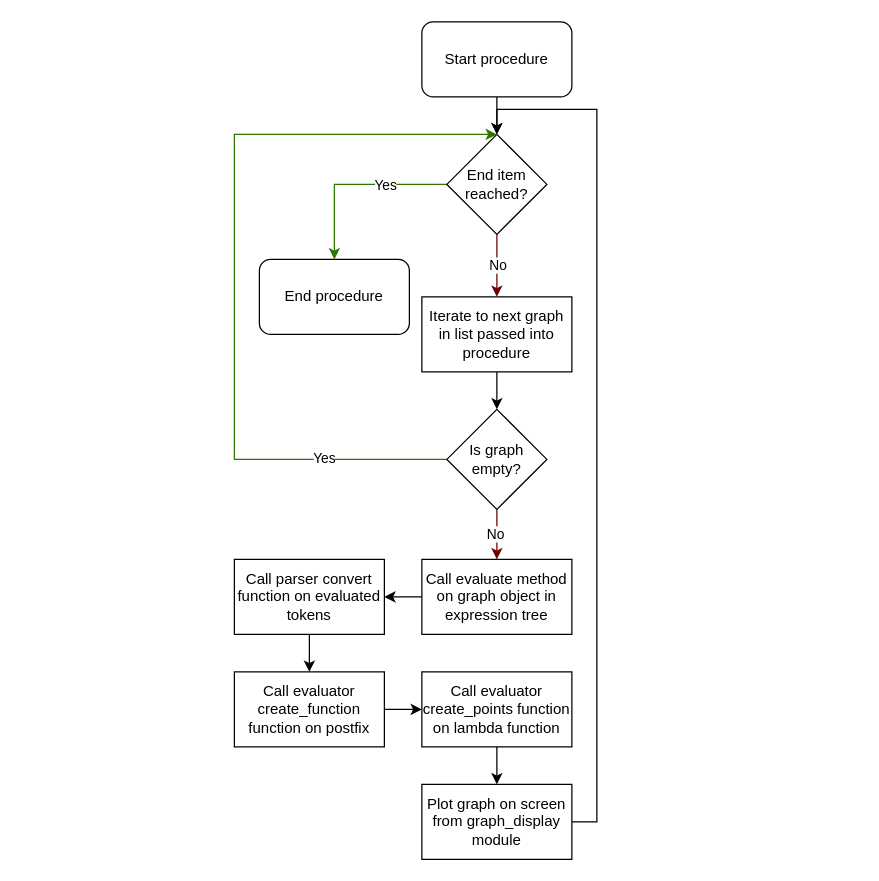
LayanJethwa/graphical-calculator keeps this draw.io diagram as documents/Design/render_graphs.drawio. Above is the earlier version. Source tidied: cells renumbered, new cells numbered last; positions are measured from the earlier drawing's top-left corner, leaving out a move shared by most shapes. Both pictures are drawn from the tidied source at 125%, with x=0, y=0 at pixel (234, 21).
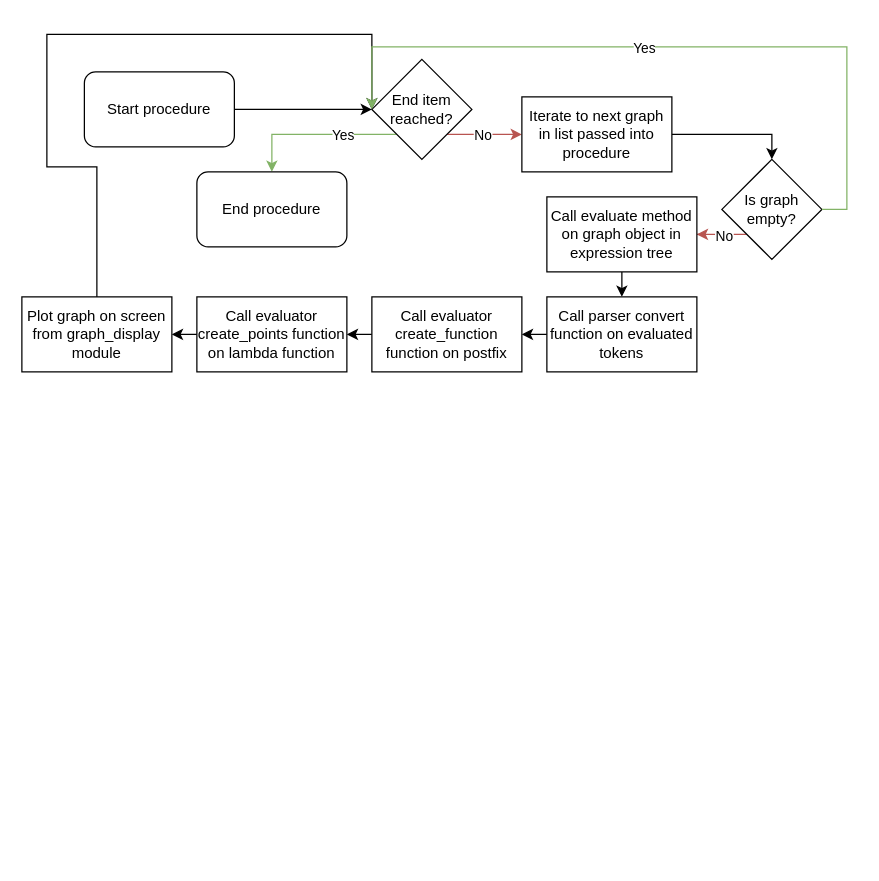
After the change.

Change to the diagram source:
```diff
@@
-    <mxCell id="2" style="edgeStyle=orthogonalEdgeStyle;rounded=0;jettySize=auto;html=1;exitX=0.5;exitY=1;exitDx=0;exitDy=0;entryX=0.5;entryY=0;entryDx=0;entryDy=0;" parent="1" edge="1" source="3" target="8">
+    <mxCell id="2" style="edgeStyle=orthogonalEdgeStyle;rounded=0;jettySize=auto;html=1;exitX=1;exitY=0.5;exitDx=0;exitDy=0;entryX=0;entryY=0.5;entryDx=0;entryDy=0;" parent="1" edge="1" source="3" target="8">
       <mxGeometry relative="1" as="geometry" />
     </mxCell>
     <mxCell id="3" value="Start procedure" style="rounded=1;whiteSpace=wrap;html=1;" parent="1" vertex="1">
-      <mxGeometry x="150" width="120" height="60" as="geometry" />
+      <mxGeometry x="-120" y="40" width="120" height="60" as="geometry" />
     </mxCell>
-    <mxCell id="4" style="edgeStyle=orthogonalEdgeStyle;rounded=0;jettySize=auto;html=1;exitX=0;exitY=0.5;exitDx=0;exitDy=0;entryX=0.5;entryY=0;entryDx=0;entryDy=0;fillColor=#60a917;strokeColor=#2D7600;" parent="1" edge="1" source="8" target="11">
+    <mxCell id="4" style="edgeStyle=orthogonalEdgeStyle;rounded=0;jettySize=auto;html=1;exitX=0;exitY=1;exitDx=0;exitDy=0;entryX=0.5;entryY=0;entryDx=0;entryDy=0;fillColor=#d5e8d4;strokeColor=#82b366;" parent="1" edge="1" source="8" target="11">
       <mxGeometry relative="1" as="geometry" />
     </mxCell>
@@
-    <mxCell id="6" style="edgeStyle=orthogonalEdgeStyle;rounded=0;jettySize=auto;html=1;exitX=0.5;exitY=1;exitDx=0;exitDy=0;entryX=0.5;entryY=0;entryDx=0;entryDy=0;fillColor=#a20025;strokeColor=#6F0000;" parent="1" edge="1" source="8" target="10">
+    <mxCell id="6" style="edgeStyle=orthogonalEdgeStyle;rounded=0;jettySize=auto;html=1;exitX=1;exitY=1;exitDx=0;exitDy=0;entryX=0;entryY=0.5;entryDx=0;entryDy=0;fillColor=#f8cecc;strokeColor=#b85450;" parent="1" edge="1" source="8" target="10">
       <mxGeometry relative="1" as="geometry" />
     </mxCell>
@@
     <mxCell id="8" value="End item reached?" style="rhombus;whiteSpace=wrap;html=1;" parent="1" vertex="1">
-      <mxGeometry x="170" y="90" width="80" height="80" as="geometry" />
+      <mxGeometry x="110" y="30" width="80" height="80" as="geometry" />
     </mxCell>
-    <mxCell id="9" style="edgeStyle=orthogonalEdgeStyle;rounded=0;jettySize=auto;html=1;exitX=0.5;exitY=1;exitDx=0;exitDy=0;entryX=0.5;entryY=0;entryDx=0;entryDy=0;" parent="1" edge="1" source="10" target="16">
+    <mxCell id="9" style="edgeStyle=orthogonalEdgeStyle;rounded=0;jettySize=auto;html=1;exitX=1;exitY=0.5;exitDx=0;exitDy=0;entryX=0.5;entryY=0;entryDx=0;entryDy=0;" parent="1" edge="1" source="10" target="16">
       <mxGeometry relative="1" as="geometry" />
     </mxCell>
     <mxCell id="10" value="Iterate to next graph in list passed into procedure" style="rounded=0;whiteSpace=wrap;html=1;" parent="1" vertex="1">
-      <mxGeometry x="150" y="220" width="120" height="60" as="geometry" />
+      <mxGeometry x="230" y="60" width="120" height="60" as="geometry" />
     </mxCell>
     <mxCell id="11" value="End procedure" style="rounded=1;whiteSpace=wrap;html=1;" parent="1" vertex="1">
-      <mxGeometry x="20" y="190" width="120" height="60" as="geometry" />
+      <mxGeometry x="-30" y="120" width="120" height="60" as="geometry" />
     </mxCell>
-    <mxCell id="12" style="edgeStyle=orthogonalEdgeStyle;rounded=0;jettySize=auto;html=1;exitX=0;exitY=0.5;exitDx=0;exitDy=0;entryX=0.5;entryY=0;entryDx=0;entryDy=0;fillColor=#60a917;strokeColor=#2D7600;" parent="1" edge="1" source="16" target="8">
-      <mxGeometry relative="1" as="geometry">
-        <Array as="points">
-          <mxPoint y="350" />
-          <mxPoint y="90" />
-        </Array>
-      </mxGeometry>
-    </mxCell>
-    <mxCell id="13" value="Yes" style="edgeLabel;html=1;align=center;verticalAlign=middle;" parent="12" vertex="1">
-      <mxGeometry x="-0.69" y="-2" relative="1" as="geometry" />
-    </mxCell>
-    <mxCell id="14" style="edgeStyle=orthogonalEdgeStyle;rounded=0;jettySize=auto;html=1;exitX=0.5;exitY=1;exitDx=0;exitDy=0;entryX=0.5;entryY=0;entryDx=0;entryDy=0;fillColor=#a20025;strokeColor=#6F0000;" parent="1" edge="1" source="16" target="18">
+    <mxCell id="14" style="edgeStyle=orthogonalEdgeStyle;rounded=0;jettySize=auto;html=1;exitX=0;exitY=1;exitDx=0;exitDy=0;entryX=1;entryY=0.5;entryDx=0;entryDy=0;fillColor=#f8cecc;strokeColor=#b85450;" parent="1" edge="1" source="16" target="18">
       <mxGeometry relative="1" as="geometry" />
     </mxCell>
     <mxCell id="15" value="No" style="edgeLabel;html=1;align=center;verticalAlign=middle;" parent="14" vertex="1">
-      <mxGeometry x="-0.05" y="-2" relative="1" as="geometry" />
+      <mxGeometry x="-0.67" y="1" relative="1" as="geometry">
+        <mxPoint x="-6" as="offset" />
+      </mxGeometry>
     </mxCell>
     <mxCell id="16" value="Is graph empty?" style="rhombus;whiteSpace=wrap;html=1;" parent="1" vertex="1">
-      <mxGeometry x="170" y="310" width="80" height="80" as="geometry" />
+      <mxGeometry x="390" y="110" width="80" height="80" as="geometry" />
     </mxCell>
-    <mxCell id="17" style="edgeStyle=orthogonalEdgeStyle;rounded=0;jettySize=auto;html=1;exitX=0;exitY=0.5;exitDx=0;exitDy=0;entryX=1;entryY=0.5;entryDx=0;entryDy=0;" parent="1" edge="1" source="18" target="20">
+    <mxCell id="17" style="edgeStyle=orthogonalEdgeStyle;rounded=0;jettySize=auto;html=1;exitX=0.5;exitY=1;exitDx=0;exitDy=0;entryX=0.5;entryY=0;entryDx=0;entryDy=0;" parent="1" edge="1" source="18" target="20">
       <mxGeometry relative="1" as="geometry" />
     </mxCell>
     <mxCell id="18" value="Call evaluate method on graph object in expression tree" style="rounded=0;whiteSpace=wrap;html=1;" parent="1" vertex="1">
-      <mxGeometry x="150" y="430" width="120" height="60" as="geometry" />
+      <mxGeometry x="250" y="140" width="120" height="60" as="geometry" />
     </mxCell>
-    <mxCell id="19" style="edgeStyle=orthogonalEdgeStyle;rounded=0;jettySize=auto;html=1;exitX=0.5;exitY=1;exitDx=0;exitDy=0;entryX=0.5;entryY=0;entryDx=0;entryDy=0;" parent="1" edge="1" source="20" target="22">
+    <mxCell id="19" style="edgeStyle=orthogonalEdgeStyle;rounded=0;jettySize=auto;html=1;exitX=0;exitY=0.5;exitDx=0;exitDy=0;entryX=1;entryY=0.5;entryDx=0;entryDy=0;" parent="1" edge="1" source="20" target="22">
       <mxGeometry relative="1" as="geometry" />
     </mxCell>
     <mxCell id="20" value="Call parser convert function on evaluated tokens" style="rounded=0;whiteSpace=wrap;html=1;" parent="1" vertex="1">
-      <mxGeometry y="430" width="120" height="60" as="geometry" />
+      <mxGeometry x="250" y="220" width="120" height="60" as="geometry" />
     </mxCell>
-    <mxCell id="21" style="edgeStyle=orthogonalEdgeStyle;rounded=0;jettySize=auto;html=1;exitX=1;exitY=0.5;exitDx=0;exitDy=0;entryX=0;entryY=0.5;entryDx=0;entryDy=0;" parent="1" edge="1" source="22" target="24">
+    <mxCell id="21" style="edgeStyle=orthogonalEdgeStyle;rounded=0;jettySize=auto;html=1;exitX=0;exitY=0.5;exitDx=0;exitDy=0;entryX=1;entryY=0.5;entryDx=0;entryDy=0;" parent="1" edge="1" source="22" target="24">
       <mxGeometry relative="1" as="geometry" />
     </mxCell>
     <mxCell id="22" value="Call evaluator create_function function on postfix" style="rounded=0;whiteSpace=wrap;html=1;" parent="1" vertex="1">
-      <mxGeometry y="520" width="120" height="60" as="geometry" />
+      <mxGeometry x="110" y="220" width="120" height="60" as="geometry" />
     </mxCell>
-    <mxCell id="23" style="edgeStyle=orthogonalEdgeStyle;rounded=0;jettySize=auto;html=1;exitX=0.5;exitY=1;exitDx=0;exitDy=0;entryX=0.5;entryY=0;entryDx=0;entryDy=0;" parent="1" edge="1" source="24" target="26">
+    <mxCell id="23" style="edgeStyle=orthogonalEdgeStyle;rounded=0;jettySize=auto;html=1;exitX=0;exitY=0.5;exitDx=0;exitDy=0;entryX=1;entryY=0.5;entryDx=0;entryDy=0;" parent="1" edge="1" source="24" target="26">
       <mxGeometry relative="1" as="geometry" />
     </mxCell>
     <mxCell id="24" value="Call evaluator create_points function on lambda function" style="rounded=0;whiteSpace=wrap;html=1;" parent="1" vertex="1">
-      <mxGeometry x="150" y="520" width="120" height="60" as="geometry" />
+      <mxGeometry x="-30" y="220" width="120" height="60" as="geometry" />
     </mxCell>
-    <mxCell id="25" style="edgeStyle=orthogonalEdgeStyle;rounded=0;jettySize=auto;html=1;exitX=1;exitY=0.5;exitDx=0;exitDy=0;entryX=0.5;entryY=0;entryDx=0;entryDy=0;" parent="1" edge="1" source="26" target="8">
-      <mxGeometry relative="1" as="geometry" />
+    <mxCell id="25" style="edgeStyle=orthogonalEdgeStyle;rounded=0;jettySize=auto;html=1;exitX=0.5;exitY=0;exitDx=0;exitDy=0;entryX=0;entryY=0.5;entryDx=0;entryDy=0;" parent="1" edge="1" source="26" target="8">
+      <mxGeometry relative="1" as="geometry">
+        <Array as="points">
+          <mxPoint x="-110" y="116" />
+          <mxPoint x="-150" y="116" />
+          <mxPoint x="-150" y="10" />
+          <mxPoint x="110" y="10" />
+        </Array>
+      </mxGeometry>
     </mxCell>
     <mxCell id="26" value="Plot graph on screen from graph_display module" style="rounded=0;whiteSpace=wrap;html=1;" parent="1" vertex="1">
-      <mxGeometry x="150" y="610" width="120" height="60" as="geometry" />
+      <mxGeometry x="-170" y="220" width="120" height="60" as="geometry" />
     </mxCell>
+    <mxCell id="12" style="edgeStyle=orthogonalEdgeStyle;rounded=0;jettySize=auto;html=1;exitX=1;exitY=0.5;exitDx=0;exitDy=0;entryX=0;entryY=0.5;entryDx=0;entryDy=0;fillColor=#d5e8d4;strokeColor=#82b366;" parent="1" edge="1" source="16" target="8">
+      <mxGeometry relative="1" as="geometry">
+        <Array as="points">
+          <mxPoint x="490" y="150" />
+          <mxPoint x="490" y="20" />
+          <mxPoint x="110" y="20" />
+        </Array>
+      </mxGeometry>
+    </mxCell>
+    <mxCell id="13" value="Yes" style="edgeLabel;html=1;align=center;verticalAlign=middle;" parent="12" vertex="1">
+      <mxGeometry x="0.08" y="3" relative="1" as="geometry">
+        <mxPoint y="-3" as="offset" />
+      </mxGeometry>
+    </mxCell>
```
